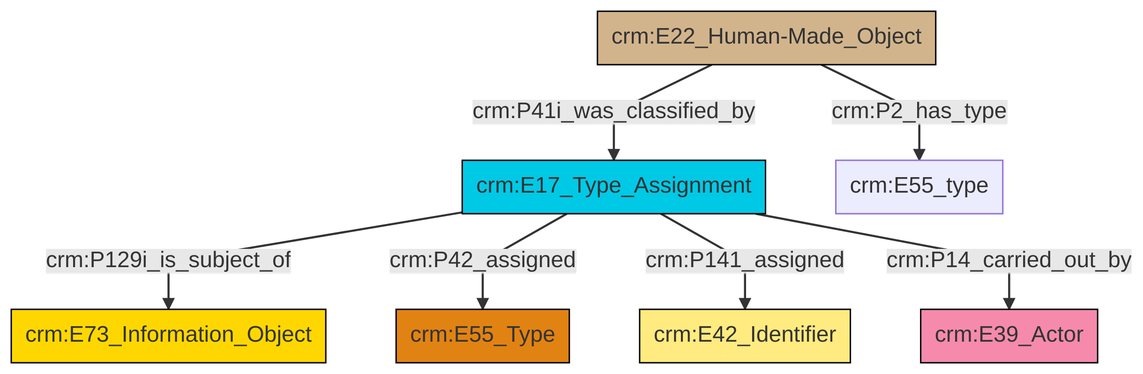
The Mermaid diagram et/builtWorkCSV/ttl/mmd/png/Built_Work_designation_status.png in swiss-art-research-net/reference-data-models, before a commit. Its source is kept beside it as et/builtWorkCSV/ttl/mmd/Built_Work_designation_status.ttl.mmd.
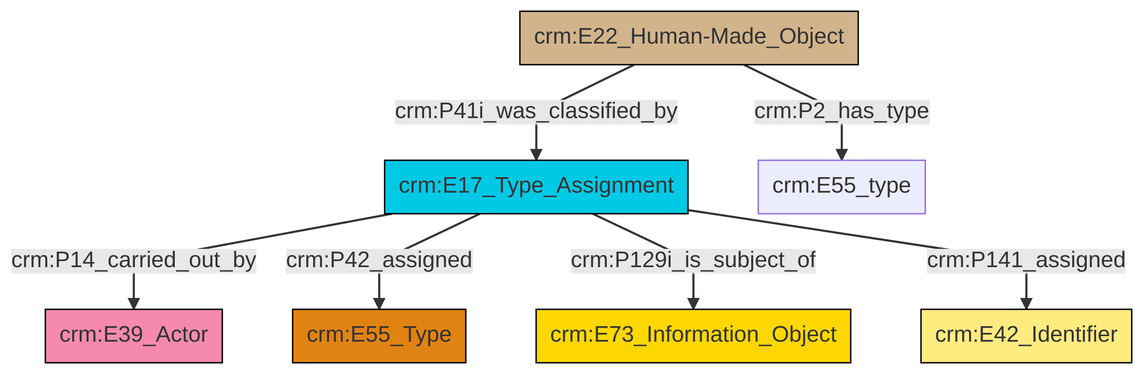
Later version of the same file.

Change to the diagram source:
```diff
@@ -13,9 +13,9 @@
 classDef PC_Classes fill:#4ce600, stroke:#000000;
 classDef Multi fill:#cccccc,stroke:#000000;
 
-2["crm:E17_Type_Assignment"]:::Temporal_Entity -->|crm:P129i_is_subject_of| 4["crm:E73_Information_Object"]:::Conceptual_Object
-2["crm:E17_Type_Assignment"]:::Temporal_Entity -->|crm:P42_assigned| 0["crm:E55_Type"]:::Type
-2["crm:E17_Type_Assignment"]:::Temporal_Entity -->|crm:P141_assigned| 5["crm:E42_Identifier"]:::Appellation
-10["crm:E22_Human-Made_Object"]:::Physical_Thing -->|crm:P41i_was_classified_by| 2["crm:E17_Type_Assignment"]:::Temporal_Entity
-2["crm:E17_Type_Assignment"]:::Temporal_Entity -->|crm:P14_carried_out_by| 6["crm:E39_Actor"]:::Actor
-10["crm:E22_Human-Made_Object"]:::Physical_Thing -->|crm:P2_has_type| 12["crm:E55_type"]:::Default
+0["crm:E17_Type_Assignment"]:::Temporal_Entity -->|crm:P14_carried_out_by| 1["crm:E39_Actor"]:::Actor
+2["crm:E22_Human-Made_Object"]:::Physical_Thing -->|crm:P41i_was_classified_by| 0["crm:E17_Type_Assignment"]:::Temporal_Entity
+2["crm:E22_Human-Made_Object"]:::Physical_Thing -->|crm:P2_has_type| 6["crm:E55_type"]:::Default
+0["crm:E17_Type_Assignment"]:::Temporal_Entity -->|crm:P42_assigned| 4["crm:E55_Type"]:::Type
+0["crm:E17_Type_Assignment"]:::Temporal_Entity -->|crm:P129i_is_subject_of| 9["crm:E73_Information_Object"]:::Conceptual_Object
+0["crm:E17_Type_Assignment"]:::Temporal_Entity -->|crm:P141_assigned| 12["crm:E42_Identifier"]:::Appellation
```
